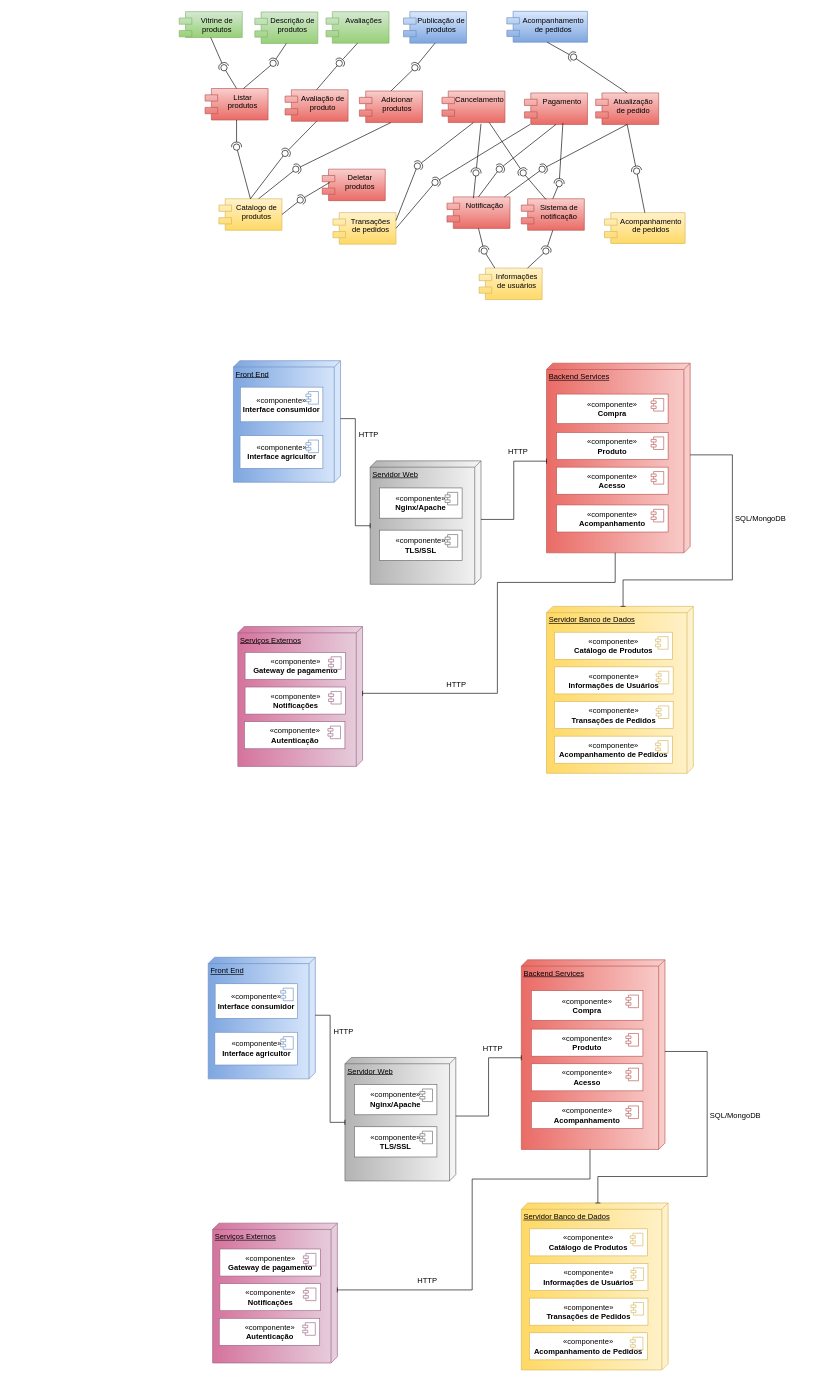
The draw.io diagram Diagrama sem nome.drawio in davimicale/Patinho-Feio-do-Legume, before the edit. Source tidied: cells renumbered, new cells numbered last; positions are measured from the earlier drawing's top-left corner, leaving out a move shared by most shapes. Both pictures are drawn from the tidied source at 63%, with x=0, y=0 at pixel (179, 11).
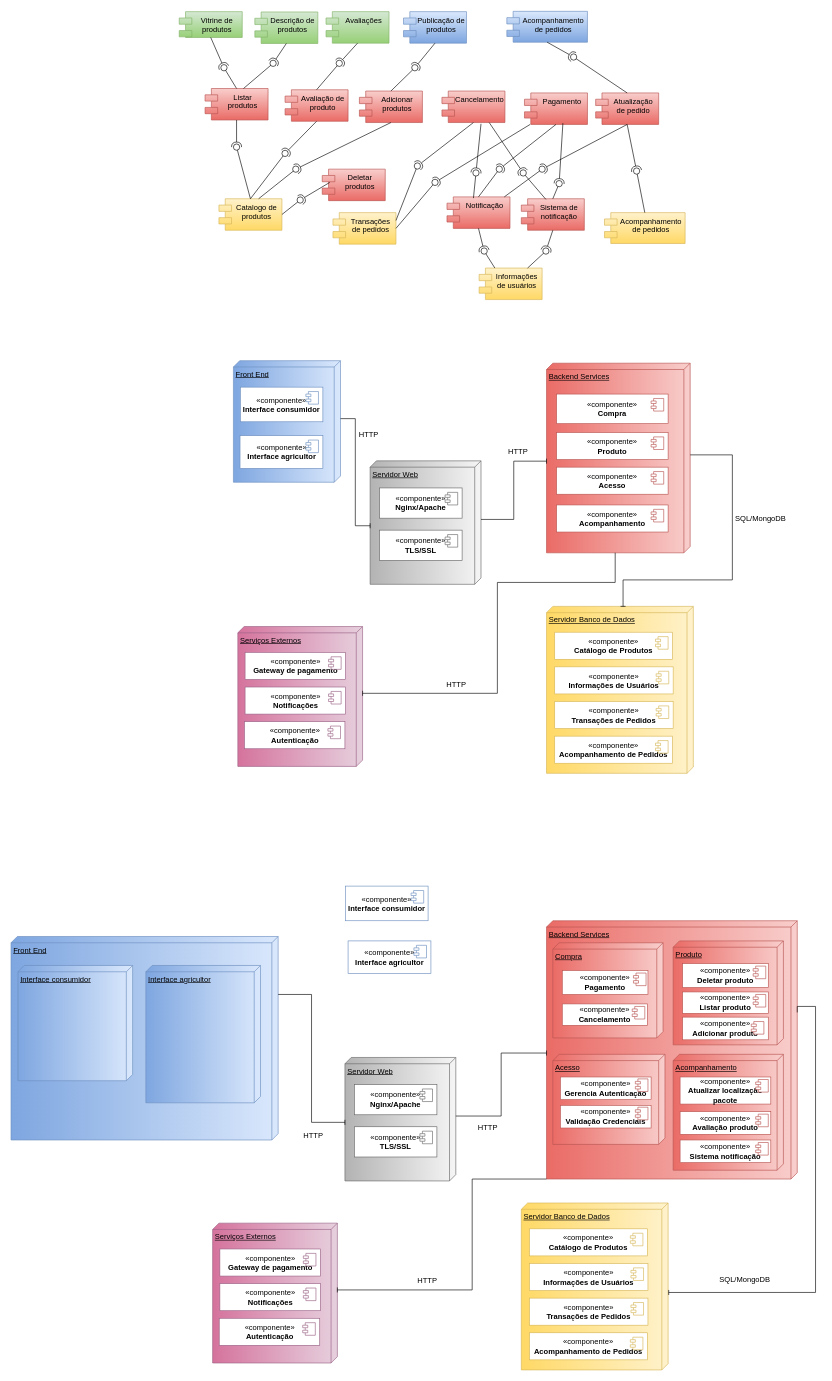
The same page after the edit.

Unchanged cells that the change refers to:
```xml
<mxCell id="121" value="Servidor Web" style="verticalAlign=top;align=left;spacingTop=8;spacingLeft=2;spacingRight=12;shape=cube;size=10;direction=south;fontStyle=4;html=1;whiteSpace=wrap;fillColor=#f5f5f5;gradientColor=#b3b3b3;strokeColor=#666666;" parent="1" vertex="1">
  <mxGeometry x="263" y="1661" width="176" height="196" as="geometry" />
</mxCell>
<mxCell id="123" value="Servidor Banco de Dados" style="verticalAlign=top;align=left;spacingTop=8;spacingLeft=2;spacingRight=12;shape=cube;size=10;direction=south;fontStyle=4;html=1;whiteSpace=wrap;fillColor=#fff2cc;gradientColor=#ffd966;strokeColor=#D6B656;" parent="1" vertex="1">
  <mxGeometry x="543" y="1892" width="233" height="265" as="geometry" />
</mxCell>
<mxCell id="124" value="Serviços Externos" style="verticalAlign=top;align=left;spacingTop=8;spacingLeft=2;spacingRight=12;shape=cube;size=10;direction=south;fontStyle=4;html=1;whiteSpace=wrap;fillColor=#e6d0de;strokeColor=#996185;gradientColor=#d5739d;" parent="1" vertex="1">
  <mxGeometry x="53" y="1924" width="198" height="222" as="geometry" />
</mxCell>
```

Diff of the diagram source:
```diff
@@
     <mxCell id="120" value="Front End" style="verticalAlign=top;align=left;spacingTop=8;spacingLeft=2;spacingRight=12;shape=cube;size=10;direction=south;fontStyle=4;html=1;whiteSpace=wrap;fillColor=#dae8fc;gradientColor=#7ea6e0;strokeColor=#6C8EBF;" parent="1" vertex="1">
-      <mxGeometry x="46" y="1502" width="170" height="193" as="geometry" />
+      <mxGeometry x="-267" y="1469" width="424" height="323" as="geometry" />
     </mxCell>
@@
     <mxCell id="122" value="Backend Services&lt;div&gt;&lt;br&gt;&lt;/div&gt;" style="verticalAlign=top;align=left;spacingTop=8;spacingLeft=2;spacingRight=12;shape=cube;size=10;direction=south;fontStyle=4;html=1;whiteSpace=wrap;fillColor=#f8cecc;strokeColor=#b85450;gradientColor=#ea6b66;" parent="1" vertex="1">
-      <mxGeometry x="543" y="1506" width="228" height="301" as="geometry" />
+      <mxGeometry x="583" y="1444" width="398" height="410" as="geometry" />
     </mxCell>
@@
     <mxCell id="125" value="«componente»&lt;br&gt;&lt;b&gt;Interface consumidor&lt;/b&gt;" style="html=1;whiteSpace=wrap;strokeColor=#6C8EBF;" parent="1" vertex="1">
-      <mxGeometry x="57" y="1544" width="131" height="55" as="geometry" />
+      <mxGeometry x="264" y="1389" width="131" height="55" as="geometry" />
     </mxCell>
@@
     <mxCell id="127" value="«componente»&lt;br&gt;&lt;b&gt;Interface agricultor&lt;/b&gt;" style="html=1;whiteSpace=wrap;strokeColor=#6C8EBF;" parent="1" vertex="1">
-      <mxGeometry x="56.5" y="1621" width="131.5" height="52" as="geometry" />
+      <mxGeometry x="268" y="1476" width="131.5" height="52" as="geometry" />
     </mxCell>
@@
-    <mxCell id="129" value="«componente»&lt;br&gt;&lt;b&gt;Compra&lt;/b&gt;" style="html=1;whiteSpace=wrap;strokeColor=#B85450;" parent="1" vertex="1">
-      <mxGeometry x="559" y="1555" width="177" height="47" as="geometry" />
-    </mxCell>
-    <mxCell id="130" style="shape=module;jettyWidth=8;jettyHeight=4;strokeColor=#B85450;" parent="129" vertex="1">
-      <mxGeometry x="1" width="20" height="20" relative="1" as="geometry">
-        <mxPoint x="-27" y="7" as="offset" />
-      </mxGeometry>
-    </mxCell>
-    <mxCell id="131" value="«componente»&lt;br&gt;&lt;b&gt;Produto&lt;/b&gt;" style="html=1;whiteSpace=wrap;strokeColor=#B85450;" parent="1" vertex="1">
-      <mxGeometry x="559" y="1616" width="177" height="43" as="geometry" />
-    </mxCell>
-    <mxCell id="132" style="shape=module;jettyWidth=8;jettyHeight=4;strokeColor=#B85450;" parent="131" vertex="1">
-      <mxGeometry x="1" width="20" height="20" relative="1" as="geometry">
-        <mxPoint x="-27" y="7" as="offset" />
-      </mxGeometry>
-    </mxCell>
-    <mxCell id="133" value="«componente»&lt;br&gt;&lt;b&gt;Acesso&lt;/b&gt;" style="html=1;whiteSpace=wrap;strokeColor=#B85450;" parent="1" vertex="1">
-      <mxGeometry x="559" y="1671" width="177" height="43" as="geometry" />
-    </mxCell>
-    <mxCell id="134" style="shape=module;jettyWidth=8;jettyHeight=4;strokeColor=#B85450;" parent="133" vertex="1">
-      <mxGeometry x="1" width="20" height="20" relative="1" as="geometry">
-        <mxPoint x="-27" y="7" as="offset" />
-      </mxGeometry>
-    </mxCell>
-    <mxCell id="135" value="«componente»&lt;br&gt;&lt;b&gt;Acompanhamento&lt;/b&gt;" style="html=1;whiteSpace=wrap;strokeColor=#B85450;" parent="1" vertex="1">
-      <mxGeometry x="559" y="1731" width="177" height="43" as="geometry" />
-    </mxCell>
-    <mxCell id="136" style="shape=module;jettyWidth=8;jettyHeight=4;strokeColor=#B85450;" parent="135" vertex="1">
-      <mxGeometry x="1" width="20" height="20" relative="1" as="geometry">
-        <mxPoint x="-27" y="7" as="offset" />
-      </mxGeometry>
-    </mxCell>
@@
-    <mxCell id="156" style="edgeStyle=orthogonalEdgeStyle;rounded=0;jettySize=auto;html=1;exitX=0;exitY=0;exitDx=93;exitDy=0;exitPerimeter=0;entryX=0;entryY=0;entryDx=155.5;entryDy=228;entryPerimeter=0;endArrow=baseDash;endFill=0;" parent="1" edge="1" source="121" target="122">
+    <mxCell id="156" style="edgeStyle=orthogonalEdgeStyle;rounded=0;jettySize=auto;html=1;exitX=0;exitY=0;exitDx=93;exitDy=0;exitPerimeter=0;endArrow=baseDash;endFill=0;entryX=0;entryY=0;entryDx=210;entryDy=398;entryPerimeter=0;" parent="1" edge="1" source="121" target="122">
       <mxGeometry relative="1" as="geometry" />
     </mxCell>
-    <mxCell id="157" style="edgeStyle=orthogonalEdgeStyle;rounded=0;jettySize=auto;html=1;exitX=0;exitY=0;exitDx=145.5;exitDy=0;exitPerimeter=0;entryX=0;entryY=0;entryDx=0;entryDy=111.5;entryPerimeter=0;endArrow=baseDash;endFill=0;" parent="1" edge="1" source="122" target="123">
+    <mxCell id="157" style="edgeStyle=orthogonalEdgeStyle;rounded=0;jettySize=auto;html=1;exitX=0;exitY=0;exitDx=145.5;exitDy=0;exitPerimeter=0;entryX=0.536;entryY=-0.004;entryDx=0;entryDy=0;entryPerimeter=0;endArrow=baseDash;endFill=0;" parent="1" edge="1" source="122" target="123">
       <mxGeometry relative="1" as="geometry">
         <Array as="points">
-          <mxPoint x="838" y="1652" />
-          <mxPoint x="838" y="1850" />
-          <mxPoint x="665" y="1850" />
+          <mxPoint x="1010" y="1580" />
+          <mxPoint x="1010" y="2034" />
         </Array>
       </mxGeometry>
     </mxCell>
-    <mxCell id="158" style="edgeStyle=orthogonalEdgeStyle;rounded=0;jettySize=auto;html=1;exitX=0;exitY=0;exitDx=301;exitDy=119;exitPerimeter=0;entryX=0;entryY=0;entryDx=106;entryDy=0;entryPerimeter=0;endArrow=baseDash;endFill=0;" parent="1" edge="1" source="122" target="124">
+    <mxCell id="158" style="edgeStyle=orthogonalEdgeStyle;rounded=0;jettySize=auto;html=1;entryX=0;entryY=0;entryDx=106;entryDy=0;entryPerimeter=0;endArrow=baseDash;endFill=0;" parent="1" edge="1" source="122" target="124">
       <mxGeometry relative="1" as="geometry">
         <Array as="points">
           <mxPoint x="652" y="1854" />
           <mxPoint x="465" y="1854" />
           <mxPoint x="465" y="2030" />
         </Array>
       </mxGeometry>
     </mxCell>
@@
     <mxCell id="160" value="HTTP" style="text;strokeColor=none;align=center;fillColor=none;html=1;verticalAlign=middle;whiteSpace=wrap;rounded=0;" parent="1" vertex="1">
-      <mxGeometry x="216" y="1599" width="90" height="42" as="geometry" />
+      <mxGeometry x="168" y="1765" width="90" height="42" as="geometry" />
     </mxCell>
     <mxCell id="161" value="HTTP" style="text;strokeColor=none;align=center;fillColor=none;html=1;verticalAlign=middle;whiteSpace=wrap;rounded=0;" parent="1" vertex="1">
-      <mxGeometry x="453" y="1626" width="90" height="42" as="geometry" />
+      <mxGeometry x="445" y="1752" width="90" height="42" as="geometry" />
     </mxCell>
     <mxCell id="162" value="SQL/MongoDB" style="text;strokeColor=none;align=center;fillColor=none;html=1;verticalAlign=middle;whiteSpace=wrap;rounded=0;" parent="1" vertex="1">
-      <mxGeometry x="838" y="1732" width="90" height="42" as="geometry" />
+      <mxGeometry x="853" y="1993" width="90" height="42" as="geometry" />
     </mxCell>
+    <mxCell id="163" value="Compra" style="verticalAlign=top;align=left;spacingTop=8;spacingLeft=2;spacingRight=12;shape=cube;size=10;direction=south;fontStyle=4;html=1;whiteSpace=wrap;strokeColor=#b85450;fillColor=#f8cecc;gradientColor=#ea6b66;" parent="1" vertex="1">
+      <mxGeometry x="593" y="1479" width="175" height="151" as="geometry" />
+    </mxCell>
+    <mxCell id="164" value="Produto" style="verticalAlign=top;align=left;spacingTop=8;spacingLeft=2;spacingRight=12;shape=cube;size=10;direction=south;fontStyle=4;html=1;whiteSpace=wrap;strokeColor=#b85450;fillColor=#f8cecc;gradientColor=#ea6b66;" parent="1" vertex="1">
+      <mxGeometry x="784" y="1476" width="175" height="165" as="geometry" />
+    </mxCell>
+    <mxCell id="165" value="Acesso" style="verticalAlign=top;align=left;spacingTop=8;spacingLeft=2;spacingRight=12;shape=cube;size=10;direction=south;fontStyle=4;html=1;whiteSpace=wrap;strokeColor=#b85450;fillColor=#f8cecc;gradientColor=#ea6b66;" parent="1" vertex="1">
+      <mxGeometry x="593" y="1656" width="178" height="143" as="geometry" />
+    </mxCell>
+    <mxCell id="166" value="Acompanhamento" style="verticalAlign=top;align=left;spacingTop=8;spacingLeft=2;spacingRight=12;shape=cube;size=10;direction=south;fontStyle=4;html=1;whiteSpace=wrap;strokeColor=#b85450;fillColor=#f8cecc;gradientColor=#ea6b66;" parent="1" vertex="1">
+      <mxGeometry x="784" y="1656" width="175" height="184" as="geometry" />
+    </mxCell>
+    <mxCell id="167" value="«componente»&lt;br&gt;&lt;b&gt;Pagamento&lt;/b&gt;" style="html=1;whiteSpace=wrap;strokeColor=#B85450;" parent="1" vertex="1">
+      <mxGeometry x="608" y="1523" width="136" height="38" as="geometry" />
+    </mxCell>
+    <mxCell id="168" style="shape=module;jettyWidth=8;jettyHeight=4;strokeColor=#B85450;" parent="167" vertex="1">
+      <mxGeometry x="1" width="20" height="20" relative="1" as="geometry">
+        <mxPoint x="-23" y="4" as="offset" />
+      </mxGeometry>
+    </mxCell>
+    <mxCell id="169" value="«componente»&lt;br&gt;&lt;b&gt;Cancelamento&lt;/b&gt;" style="html=1;whiteSpace=wrap;strokeColor=#B85450;" parent="1" vertex="1">
+      <mxGeometry x="608" y="1576" width="135" height="34" as="geometry" />
+    </mxCell>
+    <mxCell id="170" style="shape=module;jettyWidth=8;jettyHeight=4;strokeColor=#B85450;" parent="169" vertex="1">
+      <mxGeometry x="1" width="20" height="20" relative="1" as="geometry">
+        <mxPoint x="-24" y="4" as="offset" />
+      </mxGeometry>
+    </mxCell>
+    <mxCell id="171" value="«componente»&lt;br&gt;&lt;b&gt;Deletar produto&lt;/b&gt;" style="html=1;whiteSpace=wrap;strokeColor=#B85450;" parent="1" vertex="1">
+      <mxGeometry x="799" y="1512" width="136" height="38" as="geometry" />
+    </mxCell>
+    <mxCell id="172" style="shape=module;jettyWidth=8;jettyHeight=4;strokeColor=#B85450;" parent="171" vertex="1">
+      <mxGeometry x="1" width="20" height="20" relative="1" as="geometry">
+        <mxPoint x="-24" y="4" as="offset" />
+      </mxGeometry>
+    </mxCell>
+    <mxCell id="173" value="«componente»&lt;br&gt;&lt;b&gt;Listar produto&lt;/b&gt;" style="html=1;whiteSpace=wrap;strokeColor=#B85450;" parent="1" vertex="1">
+      <mxGeometry x="799" y="1557" width="136" height="34" as="geometry" />
+    </mxCell>
+    <mxCell id="174" style="shape=module;jettyWidth=8;jettyHeight=4;strokeColor=#B85450;" parent="173" vertex="1">
+      <mxGeometry x="1" width="20" height="20" relative="1" as="geometry">
+        <mxPoint x="-24" y="4" as="offset" />
+      </mxGeometry>
+    </mxCell>
+    <mxCell id="175" value="«componente»&lt;br&gt;&lt;b&gt;Adicionar produto&lt;/b&gt;" style="html=1;whiteSpace=wrap;strokeColor=#B85450;" parent="1" vertex="1">
+      <mxGeometry x="799" y="1597" width="136" height="36" as="geometry" />
+    </mxCell>
+    <mxCell id="176" style="shape=module;jettyWidth=8;jettyHeight=4;strokeColor=#B85450;" parent="175" vertex="1">
+      <mxGeometry x="1" width="20" height="20" relative="1" as="geometry">
+        <mxPoint x="-27" y="7" as="offset" />
+      </mxGeometry>
+    </mxCell>
+    <mxCell id="177" value="«componente»&lt;br&gt;&lt;b&gt;Gerencia&amp;nbsp;&lt;/b&gt;&lt;b style=&quot;background-color: initial;&quot;&gt;Autenticação&lt;/b&gt;" style="html=1;whiteSpace=wrap;strokeColor=#B85450;" parent="1" vertex="1">
+      <mxGeometry x="605" y="1692" width="144" height="36" as="geometry" />
+    </mxCell>
+    <mxCell id="178" style="shape=module;jettyWidth=8;jettyHeight=4;strokeColor=#B85450;" parent="177" vertex="1">
+      <mxGeometry x="1" width="20" height="20" relative="1" as="geometry">
+        <mxPoint x="-25" y="3" as="offset" />
+      </mxGeometry>
+    </mxCell>
+    <mxCell id="179" value="«componente»&lt;br&gt;&lt;b&gt;Validação Credenciais&lt;/b&gt;" style="html=1;whiteSpace=wrap;strokeColor=#B85450;" parent="1" vertex="1">
+      <mxGeometry x="605" y="1737" width="144" height="36" as="geometry" />
+    </mxCell>
+    <mxCell id="180" style="shape=module;jettyWidth=8;jettyHeight=4;strokeColor=#B85450;" parent="179" vertex="1">
+      <mxGeometry x="1" width="20" height="20" relative="1" as="geometry">
+        <mxPoint x="-25" y="3" as="offset" />
+      </mxGeometry>
+    </mxCell>
+    <mxCell id="181" value="«componente»&lt;br&gt;&lt;b&gt;Atualizar localização pacote&lt;/b&gt;" style="html=1;whiteSpace=wrap;strokeColor=#B85450;" parent="1" vertex="1">
+      <mxGeometry x="795" y="1692" width="144" height="43" as="geometry" />
+    </mxCell>
+    <mxCell id="182" style="shape=module;jettyWidth=8;jettyHeight=4;strokeColor=#B85450;" parent="181" vertex="1">
+      <mxGeometry x="1" width="20" height="20" relative="1" as="geometry">
+        <mxPoint x="-24" y="4" as="offset" />
+      </mxGeometry>
+    </mxCell>
+    <mxCell id="183" value="«componente»&lt;br&gt;&lt;b&gt;Avaliação produto&lt;/b&gt;" style="html=1;whiteSpace=wrap;strokeColor=#B85450;" parent="1" vertex="1">
+      <mxGeometry x="795" y="1747" width="144" height="36" as="geometry" />
+    </mxCell>
+    <mxCell id="184" style="shape=module;jettyWidth=8;jettyHeight=4;strokeColor=#B85450;" parent="183" vertex="1">
+      <mxGeometry x="1" width="20" height="20" relative="1" as="geometry">
+        <mxPoint x="-24" y="4" as="offset" />
+      </mxGeometry>
+    </mxCell>
+    <mxCell id="185" value="«componente»&lt;br&gt;&lt;b&gt;Sistema notificação&lt;/b&gt;" style="html=1;whiteSpace=wrap;strokeColor=#B85450;" parent="1" vertex="1">
+      <mxGeometry x="795" y="1792" width="144" height="36" as="geometry" />
+    </mxCell>
+    <mxCell id="186" style="shape=module;jettyWidth=8;jettyHeight=4;strokeColor=#B85450;" parent="185" vertex="1">
+      <mxGeometry x="1" width="20" height="20" relative="1" as="geometry">
+        <mxPoint x="-24" y="4" as="offset" />
+      </mxGeometry>
+    </mxCell>
+    <mxCell id="187" value="Interface consumidor" style="verticalAlign=top;align=left;spacingTop=8;spacingLeft=2;spacingRight=12;shape=cube;size=10;direction=south;fontStyle=4;html=1;whiteSpace=wrap;fillColor=#dae8fc;gradientColor=#7ea6e0;strokeColor=#6c8ebf;" parent="1" vertex="1">
+      <mxGeometry x="-256" y="1515" width="182" height="183" as="geometry" />
+    </mxCell>
+    <mxCell id="188" value="Interface agricultor" style="verticalAlign=top;align=left;spacingTop=8;spacingLeft=2;spacingRight=12;shape=cube;size=10;direction=south;fontStyle=4;html=1;whiteSpace=wrap;fillColor=#dae8fc;gradientColor=#7ea6e0;strokeColor=#6c8ebf;" parent="1" vertex="1">
+      <mxGeometry x="-53" y="1515" width="182" height="218" as="geometry" />
+    </mxCell>
```
